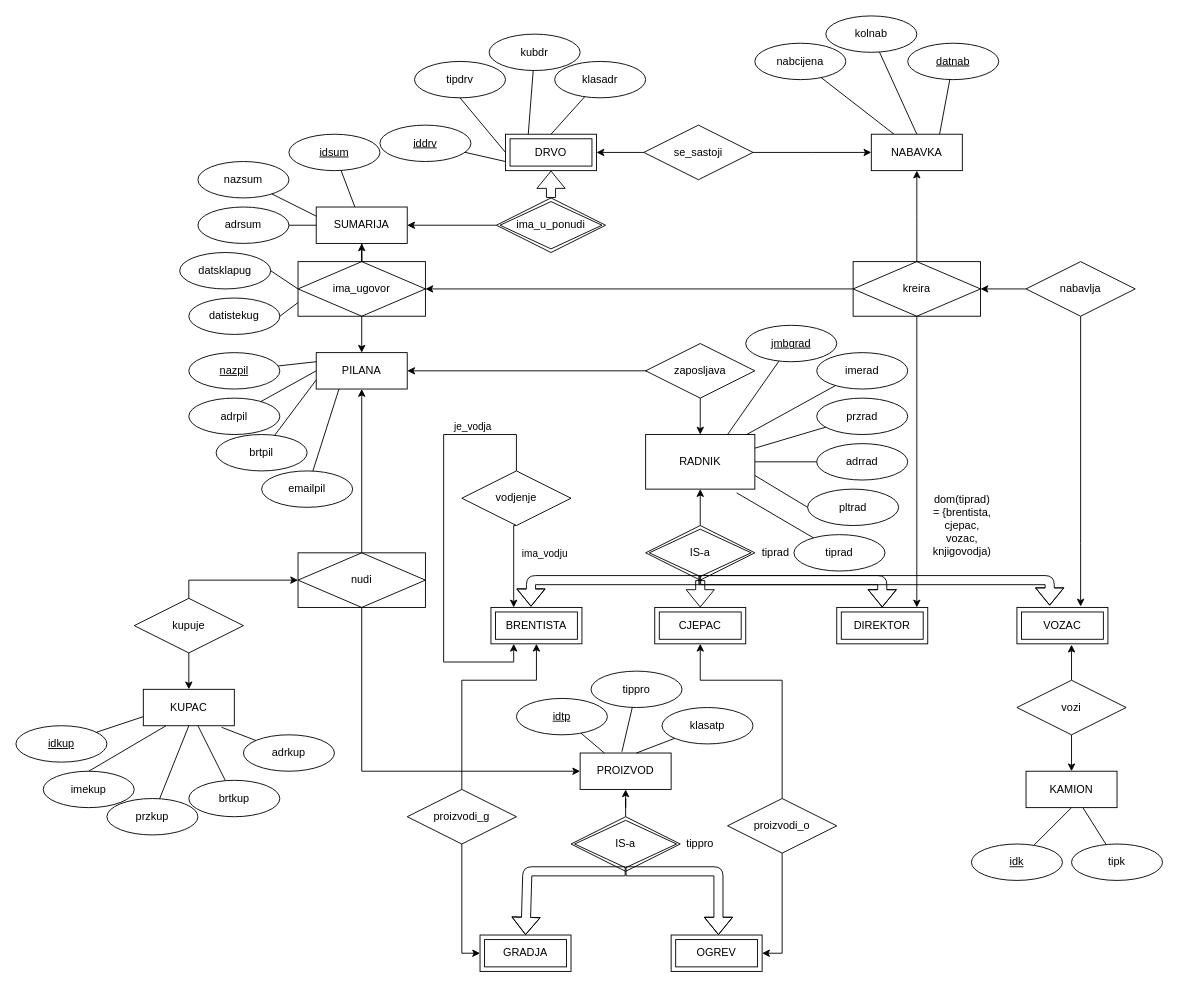
Earlier version of the draw.io diagram Untitled Diagram.drawio (therealtgd/bp_er). Source tidied: cells renumbered, new cells numbered last; positions are measured from the earlier drawing's top-left corner, leaving out a move shared by most shapes. Both pictures are drawn from the tidied source at 91%, with x=0, y=0 at pixel (15, 15).
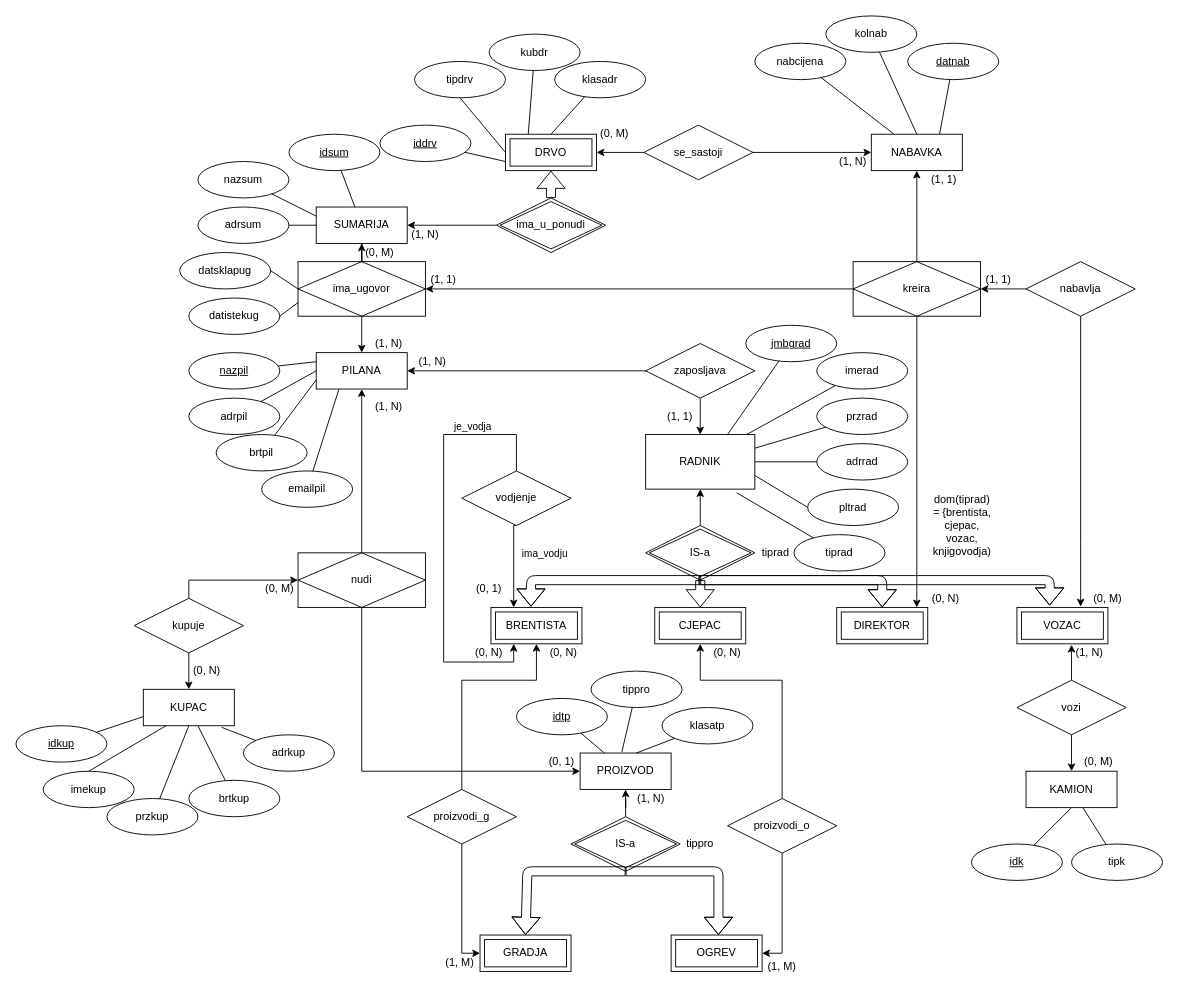
The same diagram, later.

What changed in the source:
```diff
@@
+    <mxCell id="132" value="(1, N)" style="text;html=1;strokeColor=none;fillColor=none;align=center;verticalAlign=middle;whiteSpace=wrap;rounded=0;" parent="1" vertex="1">
+      <mxGeometry x="390" y="350" width="40" height="20" as="geometry" />
+    </mxCell>
+    <mxCell id="133" value="(0, M)" style="text;html=1;strokeColor=none;fillColor=none;align=center;verticalAlign=middle;whiteSpace=wrap;rounded=0;" parent="1" vertex="1">
+      <mxGeometry x="380" y="250" width="40" height="20" as="geometry" />
+    </mxCell>
+    <mxCell id="134" value="(1, N)" style="text;html=1;strokeColor=none;fillColor=none;align=center;verticalAlign=middle;whiteSpace=wrap;rounded=0;" parent="1" vertex="1">
+      <mxGeometry x="430" y="230" width="40" height="20" as="geometry" />
+    </mxCell>
+    <mxCell id="135" value="(1, N)" style="text;html=1;strokeColor=none;fillColor=none;align=center;verticalAlign=middle;whiteSpace=wrap;rounded=0;" parent="1" vertex="1">
+      <mxGeometry x="900" y="150" width="40" height="20" as="geometry" />
+    </mxCell>
+    <mxCell id="136" value="(0, M)" style="text;html=1;strokeColor=none;fillColor=none;align=center;verticalAlign=middle;whiteSpace=wrap;rounded=0;" parent="1" vertex="1">
+      <mxGeometry x="638" y="120" width="40" height="20" as="geometry" />
+    </mxCell>
+    <mxCell id="137" value="(1, N)" style="text;html=1;strokeColor=none;fillColor=none;align=center;verticalAlign=middle;whiteSpace=wrap;rounded=0;" parent="1" vertex="1">
+      <mxGeometry x="390" y="420" width="40" height="20" as="geometry" />
+    </mxCell>
+    <mxCell id="138" value="(0, 1)" style="text;html=1;strokeColor=none;fillColor=none;align=center;verticalAlign=middle;whiteSpace=wrap;rounded=0;" parent="1" vertex="1">
+      <mxGeometry x="580" y="810" width="40" height="20" as="geometry" />
+    </mxCell>
+    <mxCell id="139" value="(0, N)" style="text;html=1;strokeColor=none;fillColor=none;align=center;verticalAlign=middle;whiteSpace=wrap;rounded=0;" parent="1" vertex="1">
+      <mxGeometry x="190" y="710" width="40" height="20" as="geometry" />
+    </mxCell>
+    <mxCell id="140" value="(0, M)" style="text;html=1;strokeColor=none;fillColor=none;align=center;verticalAlign=middle;whiteSpace=wrap;rounded=0;" parent="1" vertex="1">
+      <mxGeometry x="270" y="620" width="40" height="20" as="geometry" />
+    </mxCell>
+    <mxCell id="141" value="(1, N)" style="text;html=1;strokeColor=none;fillColor=none;align=center;verticalAlign=middle;whiteSpace=wrap;rounded=0;" parent="1" vertex="1">
+      <mxGeometry x="438" y="370" width="40" height="20" as="geometry" />
+    </mxCell>
+    <mxCell id="142" value="(1, 1)" style="text;html=1;strokeColor=none;fillColor=none;align=center;verticalAlign=middle;whiteSpace=wrap;rounded=0;" parent="1" vertex="1">
+      <mxGeometry x="710" y="430" width="40" height="20" as="geometry" />
+    </mxCell>
+    <mxCell id="143" value="(0, N)" style="text;html=1;strokeColor=none;fillColor=none;align=center;verticalAlign=middle;whiteSpace=wrap;rounded=0;" parent="1" vertex="1">
+      <mxGeometry x="582" y="690" width="40" height="20" as="geometry" />
+    </mxCell>
+    <mxCell id="144" value="(1, M)" style="text;html=1;strokeColor=none;fillColor=none;align=center;verticalAlign=middle;whiteSpace=wrap;rounded=0;" parent="1" vertex="1">
+      <mxGeometry x="468" y="1030" width="40" height="20" as="geometry" />
+    </mxCell>
+    <mxCell id="145" value="(0, N)" style="text;html=1;strokeColor=none;fillColor=none;align=center;verticalAlign=middle;whiteSpace=wrap;rounded=0;" parent="1" vertex="1">
+      <mxGeometry x="762" y="690" width="40" height="20" as="geometry" />
+    </mxCell>
+    <mxCell id="146" value="(1, M)" style="text;html=1;strokeColor=none;fillColor=none;align=center;verticalAlign=middle;whiteSpace=wrap;rounded=0;" parent="1" vertex="1">
+      <mxGeometry x="822" y="1030" width="40" height="30" as="geometry" />
+    </mxCell>
+    <mxCell id="147" value="(1, N)" style="text;html=1;strokeColor=none;fillColor=none;align=center;verticalAlign=middle;whiteSpace=wrap;rounded=0;" parent="1" vertex="1">
+      <mxGeometry x="678" y="850" width="40" height="20" as="geometry" />
+    </mxCell>
+    <mxCell id="148" value="(1, N)" style="text;html=1;strokeColor=none;fillColor=none;align=center;verticalAlign=middle;whiteSpace=wrap;rounded=0;" parent="1" vertex="1">
+      <mxGeometry x="1160" y="690" width="40" height="20" as="geometry" />
+    </mxCell>
+    <mxCell id="149" value="(0, M)" style="text;html=1;strokeColor=none;fillColor=none;align=center;verticalAlign=middle;whiteSpace=wrap;rounded=0;" parent="1" vertex="1">
+      <mxGeometry x="1170" y="810" width="40" height="20" as="geometry" />
+    </mxCell>
+    <mxCell id="150" value="(0, M)" style="text;html=1;strokeColor=none;fillColor=none;align=center;verticalAlign=middle;whiteSpace=wrap;rounded=0;" parent="1" vertex="1">
+      <mxGeometry x="1180" y="630" width="40" height="20" as="geometry" />
+    </mxCell>
+    <mxCell id="151" value="(1, 1)" style="text;html=1;strokeColor=none;fillColor=none;align=center;verticalAlign=middle;whiteSpace=wrap;rounded=0;" parent="1" vertex="1">
+      <mxGeometry x="1060" y="280" width="40" height="20" as="geometry" />
+    </mxCell>
+    <mxCell id="152" value="(0, N)" style="text;html=1;strokeColor=none;fillColor=none;align=center;verticalAlign=middle;whiteSpace=wrap;rounded=0;" parent="1" vertex="1">
+      <mxGeometry x="1002" y="630" width="40" height="20" as="geometry" />
+    </mxCell>
+    <mxCell id="153" value="(1, 1)" style="text;html=1;strokeColor=none;fillColor=none;align=center;verticalAlign=middle;whiteSpace=wrap;rounded=0;" parent="1" vertex="1">
+      <mxGeometry x="1000" y="170" width="40" height="20" as="geometry" />
+    </mxCell>
+    <mxCell id="154" value="(1, 1)" style="text;html=1;strokeColor=none;fillColor=none;align=center;verticalAlign=middle;whiteSpace=wrap;rounded=0;" parent="1" vertex="1">
+      <mxGeometry x="450" y="280" width="40" height="20" as="geometry" />
+    </mxCell>
+    <mxCell id="155" value="(0, 1)" style="text;html=1;strokeColor=none;fillColor=none;align=center;verticalAlign=middle;whiteSpace=wrap;rounded=0;" parent="1" vertex="1">
+      <mxGeometry x="500" y="620" width="40" height="20" as="geometry" />
+    </mxCell>
+    <mxCell id="156" value="(0, N)" style="text;html=1;strokeColor=none;fillColor=none;align=center;verticalAlign=middle;whiteSpace=wrap;rounded=0;" parent="1" vertex="1">
+      <mxGeometry x="500" y="690" width="40" height="20" as="geometry" />
+    </mxCell>
```
